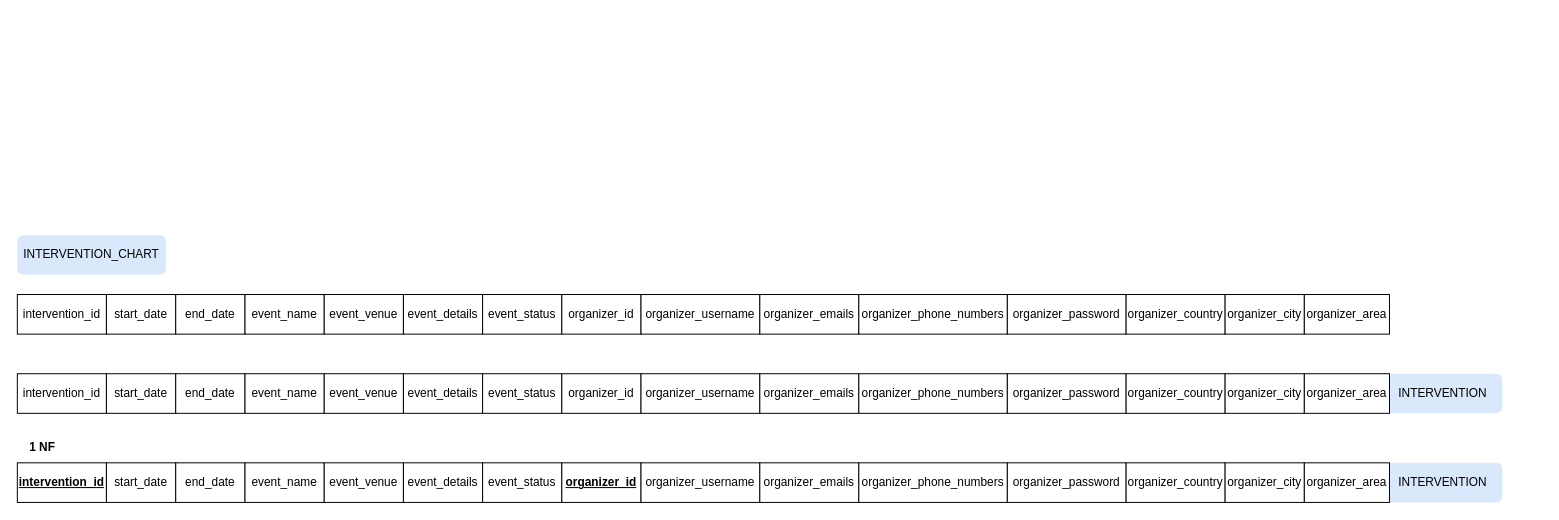
Earlier version of the draw.io diagram normalization.drawio (BloodRiver/public-health-interventions). Source tidied: cells renumbered, new cells numbered last; positions are measured from the earlier drawing's top-left corner, leaving out a move shared by most shapes. Both pictures are drawn from the tidied source at 99%, with x=0, y=0 at pixel (17, 235).
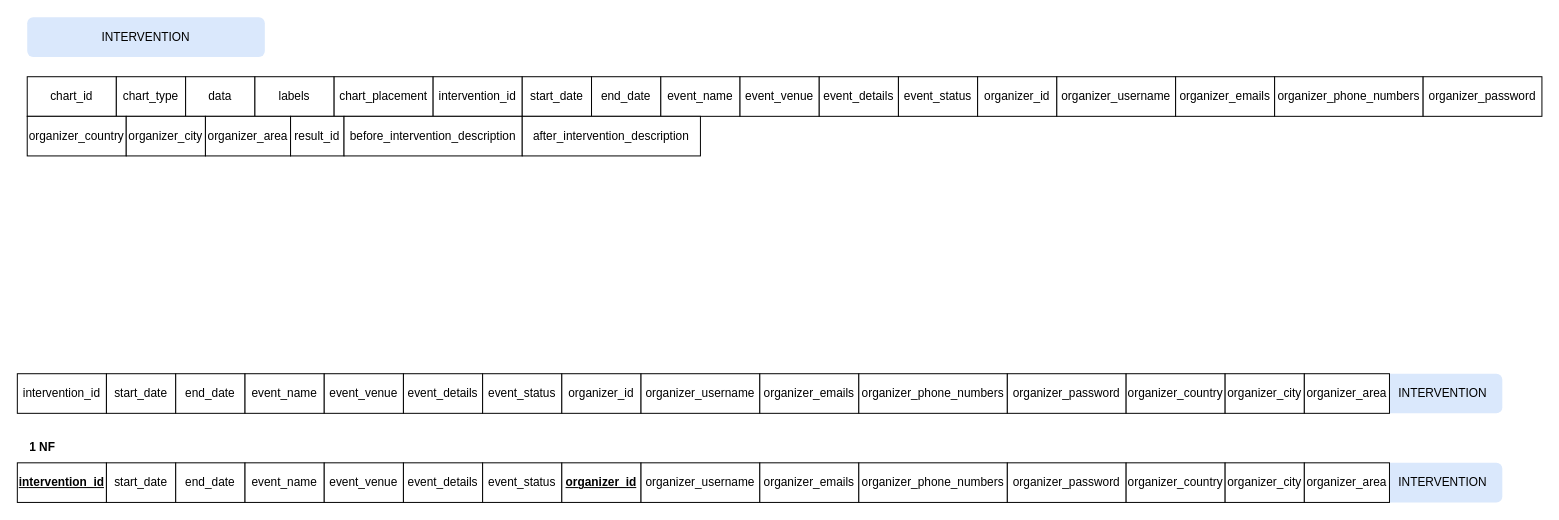
The same page after the edit.

The edit, as a diff of the source:
```diff
@@
-    <mxCell id="3" value="INTERVENTION_CHART" style="rounded=1;whiteSpace=wrap;html=1;fillColor=#dae8fc;strokeColor=none;" parent="1" vertex="1">
-      <mxGeometry width="150" height="40" as="geometry" />
+    <mxCell id="3" value="INTERVENTION" style="rounded=1;whiteSpace=wrap;html=1;fillColor=#dae8fc;strokeColor=none;" parent="1" vertex="1">
+      <mxGeometry x="10" y="-220" width="240" height="40" as="geometry" />
     </mxCell>
@@
-    <mxCell id="36" value="intervention_id" style="rounded=0;whiteSpace=wrap;html=1;" parent="1" vertex="1">
-      <mxGeometry y="60" width="90" height="40" as="geometry" />
+    <mxCell id="36" value="chart_id" style="rounded=0;whiteSpace=wrap;html=1;" parent="1" vertex="1">
+      <mxGeometry x="10" y="-160" width="90" height="40" as="geometry" />
     </mxCell>
-    <mxCell id="37" value="start_date" style="rounded=0;whiteSpace=wrap;html=1;" parent="1" vertex="1">
-      <mxGeometry x="90" y="60" width="70" height="40" as="geometry" />
+    <mxCell id="37" value="chart_type" style="rounded=0;whiteSpace=wrap;html=1;" parent="1" vertex="1">
+      <mxGeometry x="100" y="-160" width="70" height="40" as="geometry" />
     </mxCell>
-    <mxCell id="38" value="end_date" style="rounded=0;whiteSpace=wrap;html=1;" parent="1" vertex="1">
-      <mxGeometry x="160" y="60" width="70" height="40" as="geometry" />
+    <mxCell id="38" value="data" style="rounded=0;whiteSpace=wrap;html=1;" parent="1" vertex="1">
+      <mxGeometry x="170" y="-160" width="70" height="40" as="geometry" />
     </mxCell>
-    <mxCell id="39" value="event_name" style="rounded=0;whiteSpace=wrap;html=1;" parent="1" vertex="1">
-      <mxGeometry x="230" y="60" width="80" height="40" as="geometry" />
+    <mxCell id="39" value="labels" style="rounded=0;whiteSpace=wrap;html=1;" parent="1" vertex="1">
+      <mxGeometry x="240" y="-160" width="80" height="40" as="geometry" />
     </mxCell>
-    <mxCell id="40" value="event_venue" style="rounded=0;whiteSpace=wrap;html=1;" parent="1" vertex="1">
-      <mxGeometry x="310" y="60" width="80" height="40" as="geometry" />
+    <mxCell id="40" value="chart_placement" style="rounded=0;whiteSpace=wrap;html=1;" parent="1" vertex="1">
+      <mxGeometry x="320" y="-160" width="100" height="40" as="geometry" />
     </mxCell>
+    <mxCell id="51" value="intervention_id" style="rounded=0;whiteSpace=wrap;html=1;" parent="1" vertex="1">
+      <mxGeometry x="420" y="-160" width="90" height="40" as="geometry" />
+    </mxCell>
+    <mxCell id="52" value="start_date" style="rounded=0;whiteSpace=wrap;html=1;" parent="1" vertex="1">
+      <mxGeometry x="510" y="-160" width="70" height="40" as="geometry" />
+    </mxCell>
+    <mxCell id="53" value="end_date" style="rounded=0;whiteSpace=wrap;html=1;" parent="1" vertex="1">
+      <mxGeometry x="580" y="-160" width="70" height="40" as="geometry" />
+    </mxCell>
+    <mxCell id="54" value="event_name" style="rounded=0;whiteSpace=wrap;html=1;" parent="1" vertex="1">
+      <mxGeometry x="650" y="-160" width="80" height="40" as="geometry" />
+    </mxCell>
+    <mxCell id="55" value="event_venue" style="rounded=0;whiteSpace=wrap;html=1;" parent="1" vertex="1">
+      <mxGeometry x="730" y="-160" width="80" height="40" as="geometry" />
+    </mxCell>
     <mxCell id="41" value="event_details" style="rounded=0;whiteSpace=wrap;html=1;" parent="1" vertex="1">
-      <mxGeometry x="390" y="60" width="80" height="40" as="geometry" />
+      <mxGeometry x="810" y="-160" width="80" height="40" as="geometry" />
     </mxCell>
     <mxCell id="42" value="event_status" style="rounded=0;whiteSpace=wrap;html=1;" parent="1" vertex="1">
-      <mxGeometry x="470" y="60" width="80" height="40" as="geometry" />
+      <mxGeometry x="890" y="-160" width="80" height="40" as="geometry" />
     </mxCell>
     <mxCell id="43" value="organizer_id" style="rounded=0;whiteSpace=wrap;html=1;" parent="1" vertex="1">
-      <mxGeometry x="550" y="60" width="80" height="40" as="geometry" />
+      <mxGeometry x="970" y="-160" width="80" height="40" as="geometry" />
     </mxCell>
     <mxCell id="44" value="organizer_username" style="rounded=0;whiteSpace=wrap;html=1;" parent="1" vertex="1">
-      <mxGeometry x="630" y="60" width="120" height="40" as="geometry" />
+      <mxGeometry x="1050" y="-160" width="120" height="40" as="geometry" />
     </mxCell>
     <mxCell id="45" value="organizer_emails" style="rounded=0;whiteSpace=wrap;html=1;" parent="1" vertex="1">
-      <mxGeometry x="750" y="60" width="100" height="40" as="geometry" />
+      <mxGeometry x="1170" y="-160" width="100" height="40" as="geometry" />
     </mxCell>
     <mxCell id="46" value="organizer_phone_numbers" style="rounded=0;whiteSpace=wrap;html=1;" parent="1" vertex="1">
-      <mxGeometry x="850" y="60" width="150" height="40" as="geometry" />
+      <mxGeometry x="1270" y="-160" width="150" height="40" as="geometry" />
     </mxCell>
     <mxCell id="47" value="organizer_password" style="rounded=0;whiteSpace=wrap;html=1;" parent="1" vertex="1">
-      <mxGeometry x="1000" y="60" width="120" height="40" as="geometry" />
+      <mxGeometry x="1420" y="-160" width="120" height="40" as="geometry" />
     </mxCell>
     <mxCell id="48" value="organizer_country" style="rounded=0;whiteSpace=wrap;html=1;" parent="1" vertex="1">
-      <mxGeometry x="1120" y="60" width="100" height="40" as="geometry" />
+      <mxGeometry x="10" y="-120" width="100" height="40" as="geometry" />
     </mxCell>
     <mxCell id="49" value="organizer_city" style="rounded=0;whiteSpace=wrap;html=1;" parent="1" vertex="1">
-      <mxGeometry x="1220" y="60" width="80" height="40" as="geometry" />
+      <mxGeometry x="110" y="-120" width="80" height="40" as="geometry" />
     </mxCell>
     <mxCell id="50" value="organizer_area" style="rounded=0;whiteSpace=wrap;html=1;" parent="1" vertex="1">
-      <mxGeometry x="1300" y="60" width="86" height="40" as="geometry" />
+      <mxGeometry x="190" y="-120" width="86" height="40" as="geometry" />
     </mxCell>
+    <mxCell id="56" value="result_id" style="rounded=0;whiteSpace=wrap;html=1;" parent="1" vertex="1">
+      <mxGeometry x="276" y="-120" width="54" height="40" as="geometry" />
+    </mxCell>
+    <mxCell id="57" value="before_intervention_description" style="rounded=0;whiteSpace=wrap;html=1;" parent="1" vertex="1">
+      <mxGeometry x="330" y="-120" width="180" height="40" as="geometry" />
+    </mxCell>
+    <mxCell id="58" value="after_intervention_description" style="rounded=0;whiteSpace=wrap;html=1;" parent="1" vertex="1">
+      <mxGeometry x="510" y="-120" width="180" height="40" as="geometry" />
+    </mxCell>
```
